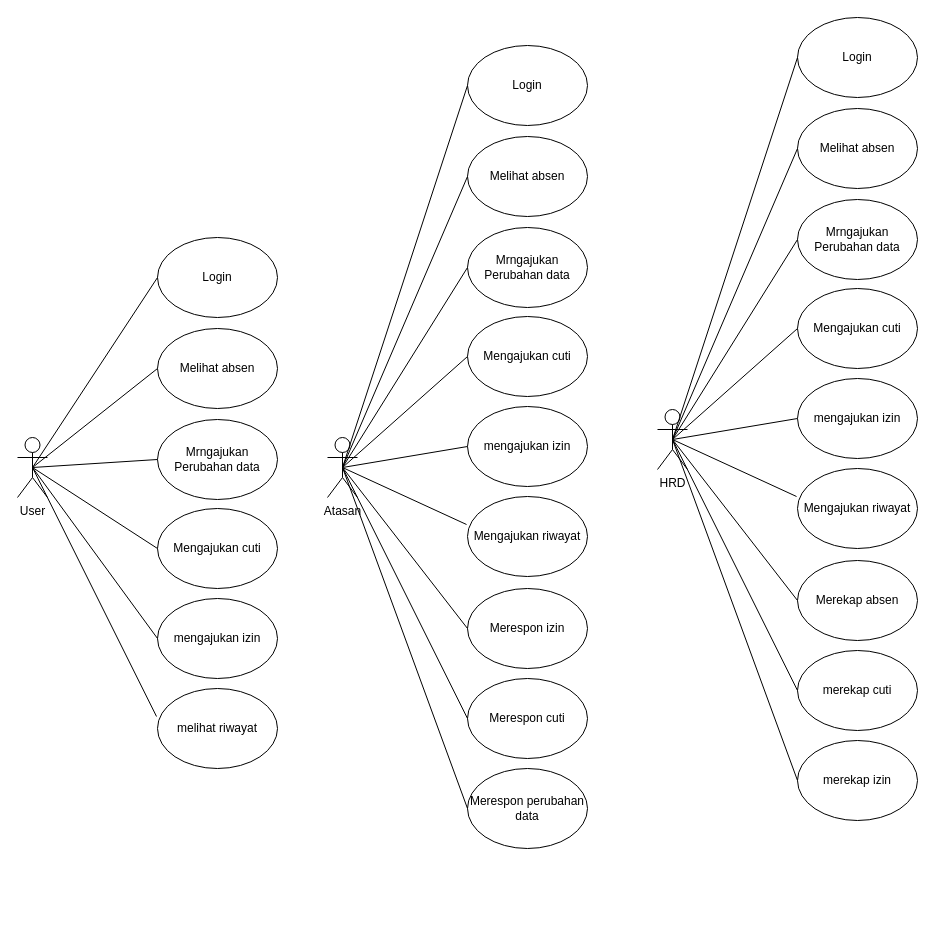
Above: page "Use Case Diagram" (3 of 4) of ERDS1AR/ERD S1AR.drawio in magang-aiia/ERD-Diagram (draw.io), before the change. Source tidied: cells renumbered, new cells numbered last; positions are measured from the earlier drawing's top-left corner, leaving out a move shared by most shapes. Both pictures are drawn from the tidied source at 100%, with x=0, y=0 at pixel (17, 17).
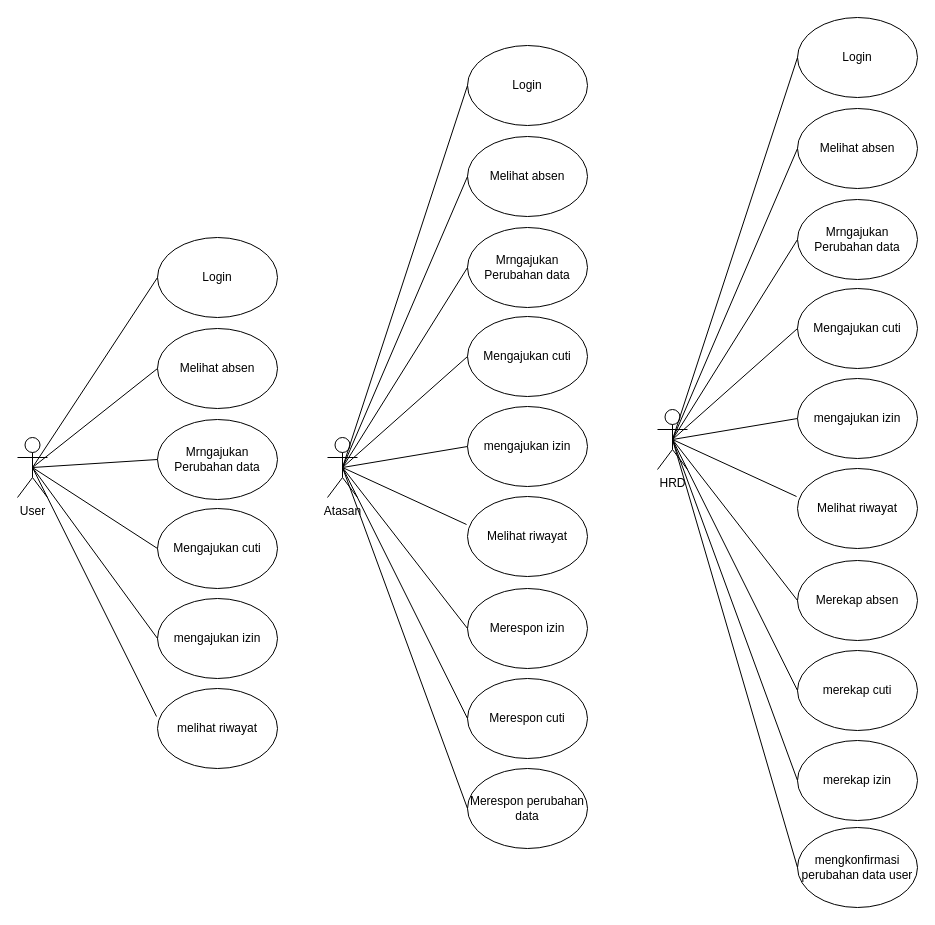
The same page after the edit.

The change refers to these unchanged cells:
```xml
<mxCell id="35" value="HRD" style="shape=umlActor;verticalLabelPosition=bottom;verticalAlign=top;html=1;outlineConnect=0;fillColor=#FFFFFF;" parent="1" vertex="1">
  <mxGeometry x="640" y="392" width="30" height="60" as="geometry" />
</mxCell>
```

The edit, as a diff of the source:
```diff
@@
-    <mxCell id="21" value="Mengajukan riwayat" style="ellipse;whiteSpace=wrap;html=1;fillColor=#FFFFFF;" parent="1" vertex="1">
+    <mxCell id="21" value="Melihat riwayat" style="ellipse;whiteSpace=wrap;html=1;fillColor=#FFFFFF;" parent="1" vertex="1">
       <mxGeometry x="450" y="479" width="120" height="80" as="geometry" />
     </mxCell>
@@
-    <mxCell id="40" value="Mengajukan riwayat" style="ellipse;whiteSpace=wrap;html=1;fillColor=#FFFFFF;" parent="1" vertex="1">
+    <mxCell id="40" value="Melihat riwayat" style="ellipse;whiteSpace=wrap;html=1;fillColor=#FFFFFF;" parent="1" vertex="1">
       <mxGeometry x="780" y="451" width="120" height="80" as="geometry" />
     </mxCell>
@@
+    <mxCell id="53" value="mengkonfirmasi perubahan data user" style="ellipse;whiteSpace=wrap;html=1;fillColor=#FFFFFF;" parent="1" vertex="1">
+      <mxGeometry x="780" y="810" width="120" height="80" as="geometry" />
+    </mxCell>
+    <mxCell id="54" style="endArrow=none;html=1;rounded=0;entryX=0.5;entryY=0.5;entryDx=0;entryDy=0;entryPerimeter=0;exitX=0;exitY=0.5;exitDx=0;exitDy=0;" parent="1" edge="1" source="53" target="35">
+      <mxGeometry relative="1" as="geometry" />
+    </mxCell>
```
